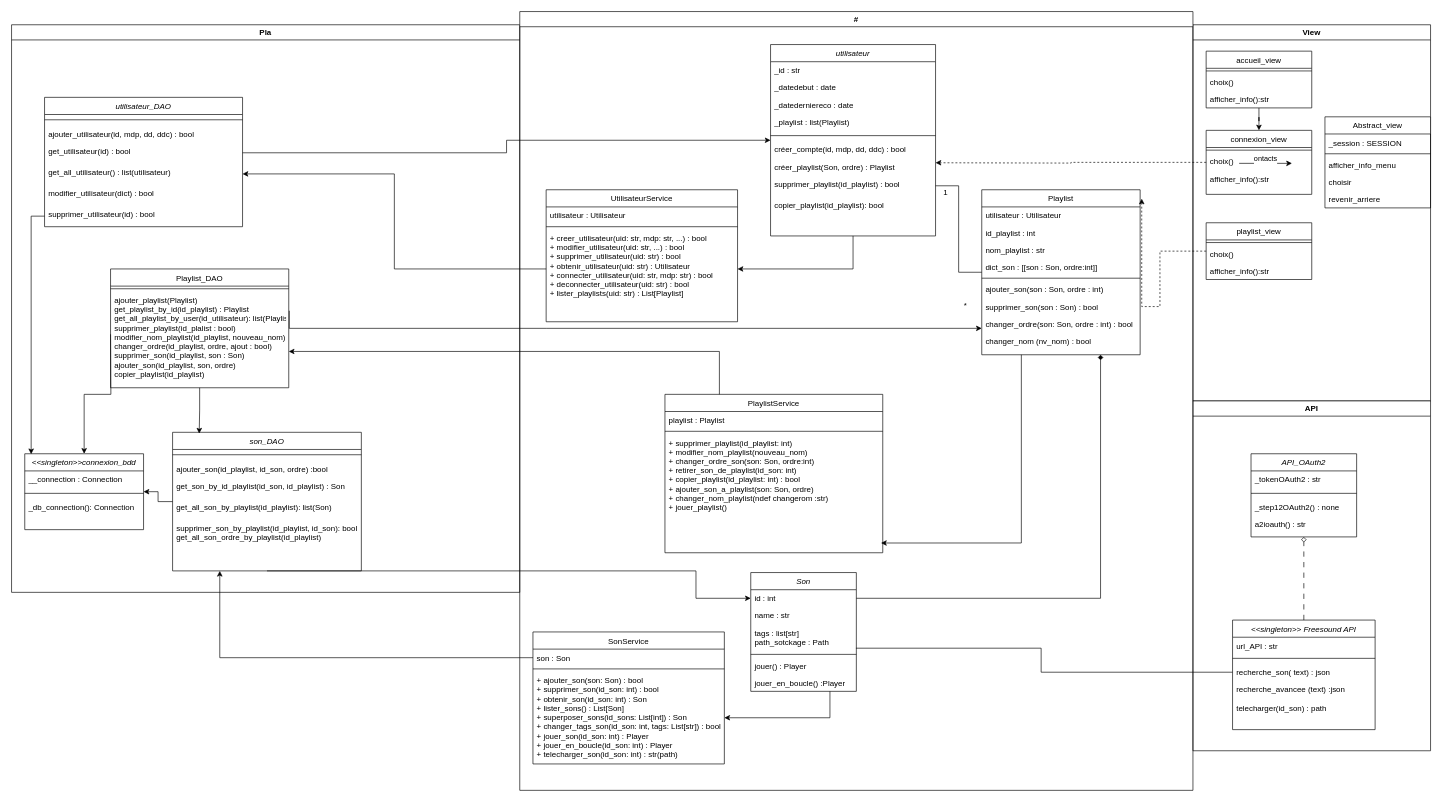
The draw.io diagram doc/modelisation/Le_diag_classe.drawio in PepitoTSO/Projet-INFO-ENSAI-2A-Gr14, before the edit. Source tidied: cells renumbered, new cells numbered last; positions are measured from the earlier drawing's top-left corner, leaving out a move shared by most shapes. Both pictures are drawn from the tidied source at 66%, with x=0, y=0 at pixel (11, 11).
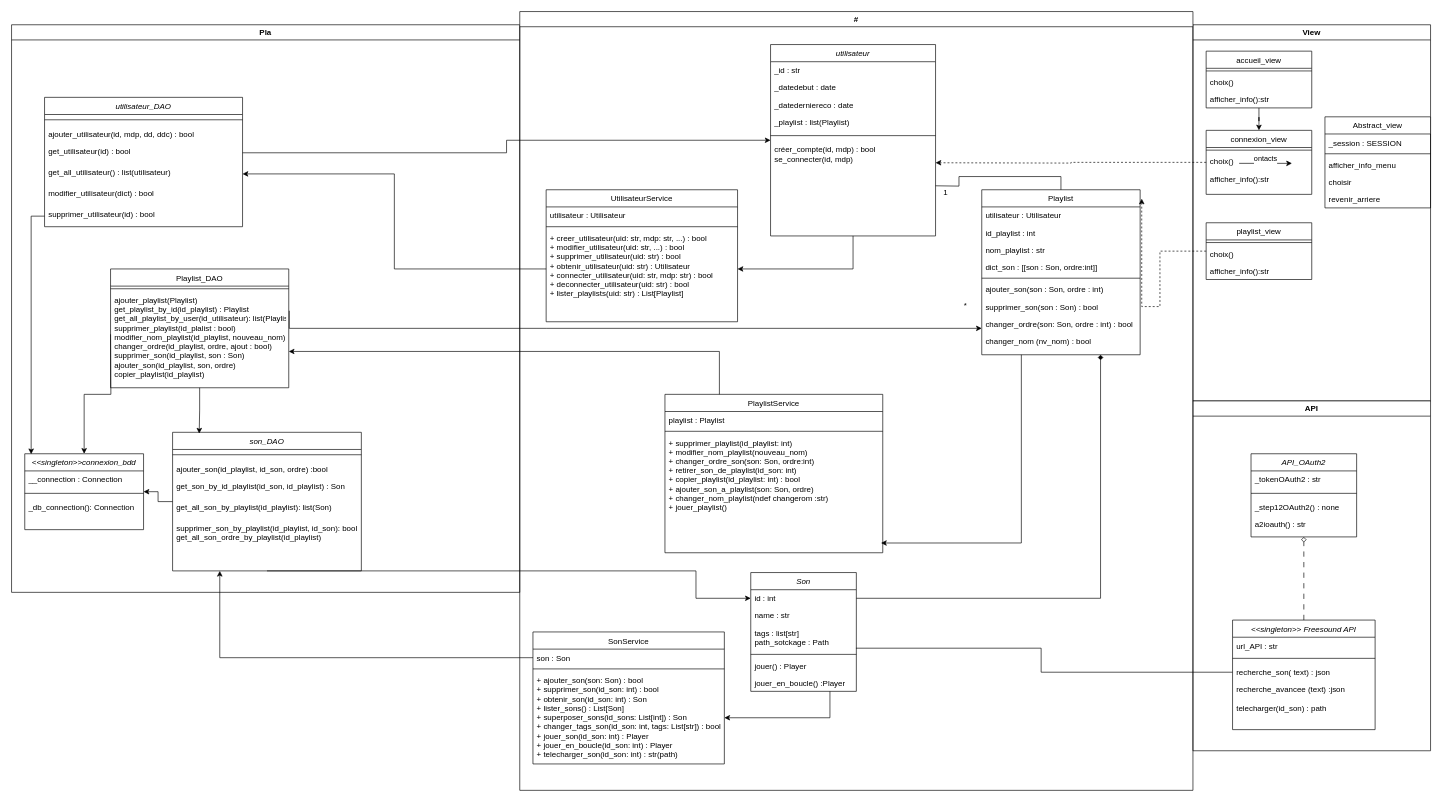
After the change.

Unchanged cells that the change refers to:
```xml
<mxCell id="60" value="#" style="swimlane;whiteSpace=wrap;html=1;" parent="1" vertex="1">
  <mxGeometry x="770" width="1020" height="1180" as="geometry" />
</mxCell>
<mxCell id="69" value="Playlist" style="swimlane;fontStyle=0;align=center;verticalAlign=top;horizontal=1;startSize=26;rounded=0;shadow=0;strokeWidth=1;" parent="60" vertex="1">
  <mxGeometry x="700" y="270" width="240" height="250" as="geometry" />
</mxCell>
<mxCell id="79" value="utilisateur" style="swimlane;fontStyle=2;align=center;verticalAlign=top;horizontal=1;startSize=26;rounded=0;shadow=0;strokeWidth=1;" parent="60" vertex="1">
  <mxGeometry x="380" y="50" width="250" height="290" as="geometry" />
</mxCell>
```

The edit, as a diff of the source:
```diff
@@
-    <mxCell id="85" value="créer_compte(id, mdp, dd, ddc) : bool" style="text;align=left;verticalAlign=top;spacingLeft=4;spacingRight=4;overflow=hidden;rounded=0;shadow=0;html=0;" parent="79" vertex="1">
-      <mxGeometry y="146" width="250" height="26" as="geometry" />
+    <mxCell id="85" value="créer_compte(id, mdp) : bool&#10;se_connecter(id, mdp)" style="text;align=left;verticalAlign=top;spacingLeft=4;spacingRight=4;overflow=hidden;rounded=0;shadow=0;html=0;" parent="79" vertex="1">
+      <mxGeometry y="146" width="250" height="44" as="geometry" />
     </mxCell>
-    <mxCell id="86" value="créer_playlist(Son, ordre) : Playlist" style="text;align=left;verticalAlign=top;spacingLeft=4;spacingRight=4;overflow=hidden;rounded=0;shadow=0;html=0;" parent="79" vertex="1">
-      <mxGeometry y="172" width="250" height="26" as="geometry" />
-    </mxCell>
-    <mxCell id="87" value="supprimer_playlist(id_playlist) : bool" style="text;align=left;verticalAlign=top;spacingLeft=4;spacingRight=4;overflow=hidden;points=[[0,0.5],[1,0.5]];portConstraint=eastwest;" parent="79" vertex="1">
-      <mxGeometry y="198" width="250" height="32" as="geometry" />
-    </mxCell>
-    <mxCell id="88" value="copier_playlist(id_playlist): bool" style="text;align=left;verticalAlign=top;spacingLeft=4;spacingRight=4;overflow=hidden;" parent="79" vertex="1">
-      <mxGeometry y="230" width="250" height="26" as="geometry" />
-    </mxCell>
-    <mxCell id="89" style="edgeStyle=orthogonalEdgeStyle;rounded=0;jettySize=auto;html=1;endArrow=none;endFill=0;exitX=1;exitY=0.5;exitDx=0;exitDy=0;" parent="60" edge="1" source="87" target="69">
-      <mxGeometry relative="1" as="geometry" />
+    <mxCell id="89" style="edgeStyle=orthogonalEdgeStyle;rounded=0;jettySize=auto;html=1;endArrow=none;endFill=0;exitX=1;exitY=0.5;exitDx=0;exitDy=0;" parent="60" edge="1" target="69">
+      <mxGeometry relative="1" as="geometry">
+        <mxPoint x="630" y="264" as="sourcePoint" />
+      </mxGeometry>
     </mxCell>
```
